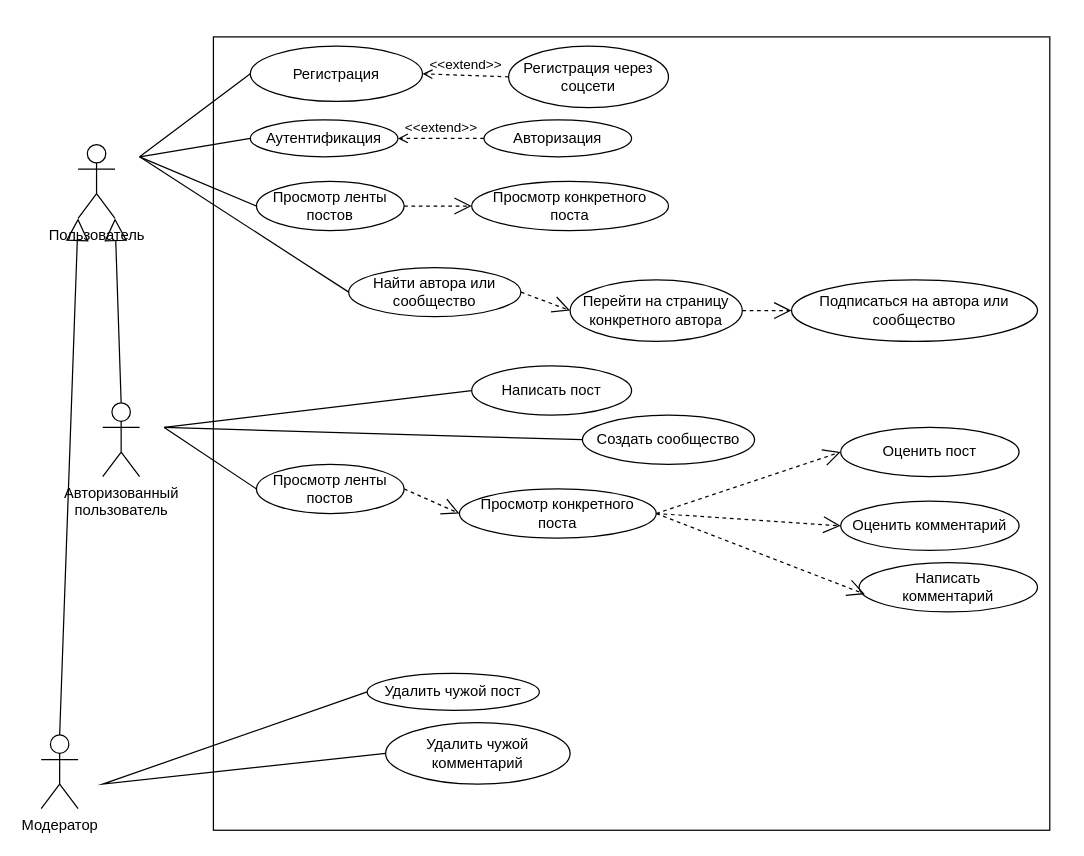
AlexandrShche/IITMO-University keeps this draw.io diagram as Untitled Diagram.drawio. Above is the earlier version. Source tidied: cells renumbered, new cells numbered last; positions are measured from the earlier drawing's top-left corner, leaving out a move shared by most shapes. Both pictures are drawn from the tidied source at 123%, with x=0, y=0 at pixel (41, 36).
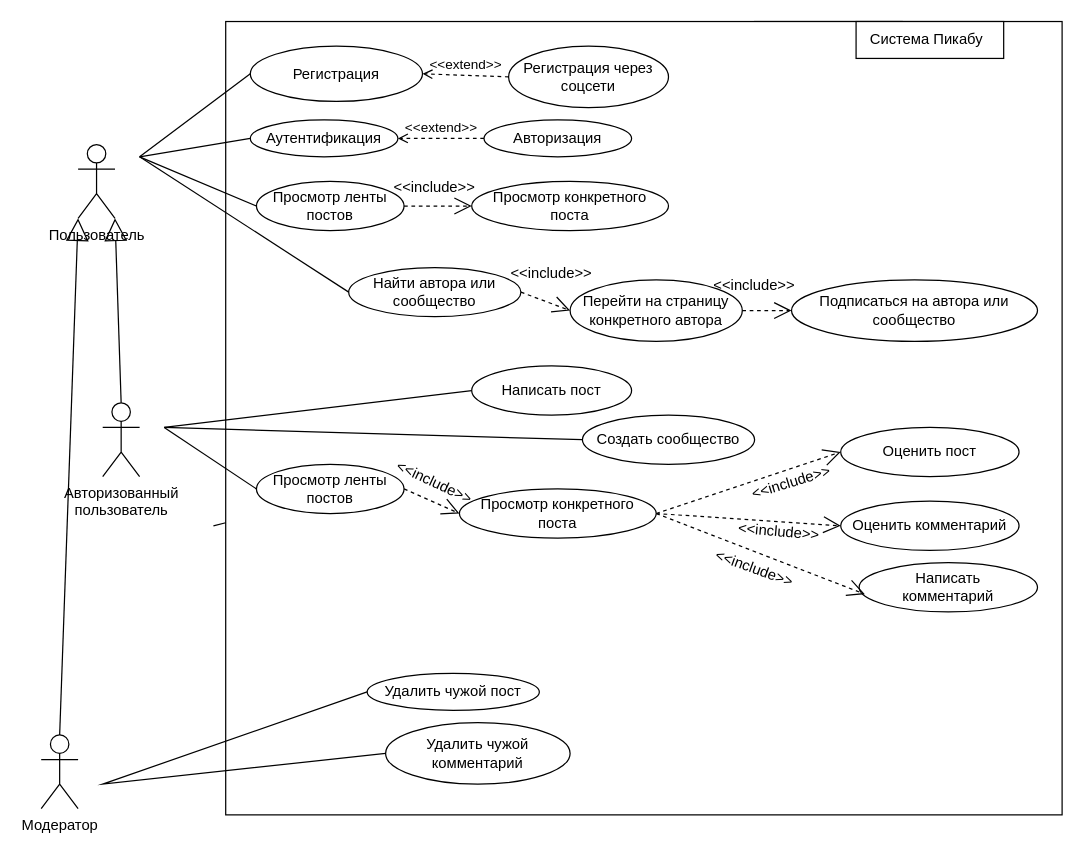
The same page after the edit.

The edit, as a diff of the source:
```diff
@@
+    <mxCell id="44" style="rounded=0;whiteSpace=wrap;html=1;" parent="1" vertex="1">
+      <mxGeometry x="580" y="-12" width="120" height="60" as="geometry" />
+    </mxCell>
     <mxCell id="2" style="rounded=0;whiteSpace=wrap;html=1;" parent="1" vertex="1">
-      <mxGeometry x="140" y="0.5" width="680" height="645" as="geometry" />
+      <mxGeometry x="150" y="-12" width="680" height="645" as="geometry" />
     </mxCell>
@@
+    <mxCell id="45" value="&amp;lt;&amp;lt;include&amp;gt;&amp;gt;" style="text;html=1;strokeColor=none;fillColor=none;align=center;verticalAlign=middle;whiteSpace=wrap;rounded=0;" parent="1" vertex="1">
+      <mxGeometry x="385" y="178" width="60" height="30" as="geometry" />
+    </mxCell>
+    <mxCell id="46" value="&amp;lt;&amp;lt;include&amp;gt;&amp;gt;" style="text;html=1;strokeColor=none;fillColor=none;align=center;verticalAlign=middle;whiteSpace=wrap;rounded=0;" parent="1" vertex="1">
+      <mxGeometry x="550" y="188" width="60" height="30" as="geometry" />
+    </mxCell>
+    <mxCell id="47" value="&amp;lt;&amp;lt;include&amp;gt;&amp;gt;" style="text;html=1;strokeColor=none;fillColor=none;align=center;verticalAlign=middle;whiteSpace=wrap;rounded=0;rotation=-17;" parent="1" vertex="1">
+      <mxGeometry x="580" y="348" width="60" height="30" as="geometry" />
+    </mxCell>
+    <mxCell id="48" value="&amp;lt;&amp;lt;include&amp;gt;&amp;gt;" style="text;html=1;strokeColor=none;fillColor=none;align=center;verticalAlign=middle;whiteSpace=wrap;rounded=0;rotation=5;" parent="1" vertex="1">
+      <mxGeometry x="570" y="388" width="60" height="30" as="geometry" />
+    </mxCell>
+    <mxCell id="49" value="&amp;lt;&amp;lt;include&amp;gt;&amp;gt;" style="text;html=1;strokeColor=none;fillColor=none;align=center;verticalAlign=middle;whiteSpace=wrap;rounded=0;rotation=20;" parent="1" vertex="1">
+      <mxGeometry x="550" y="418" width="60" height="30" as="geometry" />
+    </mxCell>
+    <mxCell id="50" value="&amp;lt;&amp;lt;include&amp;gt;&amp;gt;" style="text;html=1;strokeColor=none;fillColor=none;align=center;verticalAlign=middle;whiteSpace=wrap;rounded=0;rotation=25;" parent="1" vertex="1">
+      <mxGeometry x="290" y="348" width="60" height="30" as="geometry" />
+    </mxCell>
+    <mxCell id="51" value="&amp;lt;&amp;lt;include&amp;gt;&amp;gt;" style="text;html=1;strokeColor=none;fillColor=none;align=center;verticalAlign=middle;whiteSpace=wrap;rounded=0;" parent="1" vertex="1">
+      <mxGeometry x="290" y="108" width="60" height="30" as="geometry" />
+    </mxCell>
+    <mxCell id="52" style="whiteSpace=wrap;html=1;" parent="1" vertex="1">
+      <mxGeometry x="662.5" y="-12" width="120" height="30" as="geometry" />
+    </mxCell>
+    <mxCell id="53" value="Система Пикабу" style="text;html=1;strokeColor=none;fillColor=none;align=center;verticalAlign=middle;whiteSpace=wrap;rounded=0;" parent="1" vertex="1">
+      <mxGeometry x="665" y="-12" width="110" height="30" as="geometry" />
+    </mxCell>
```
